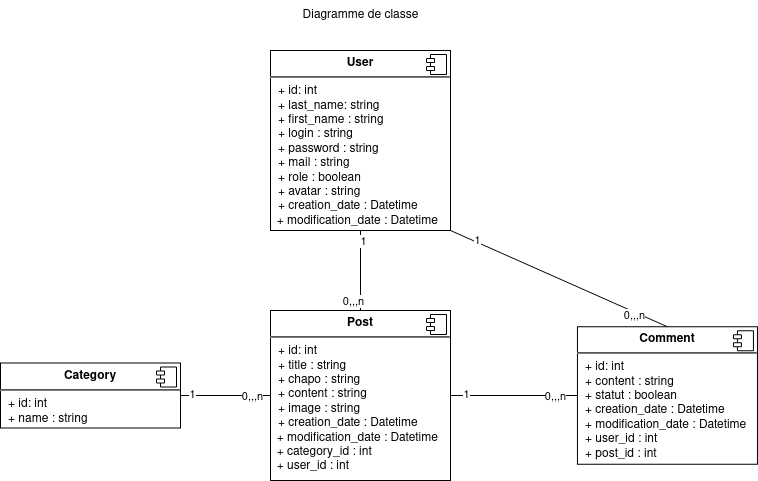
This is diagrams/Diagramme_de_classe_MyFirstBlog.drawio.png from j-lucea/MyFirstBlog, a draw.io export, as it was before one commit. Source tidied: cells renumbered, new cells last; positions are measured from the earlier drawing's top-left corner, leaving out a move shared by most shapes.
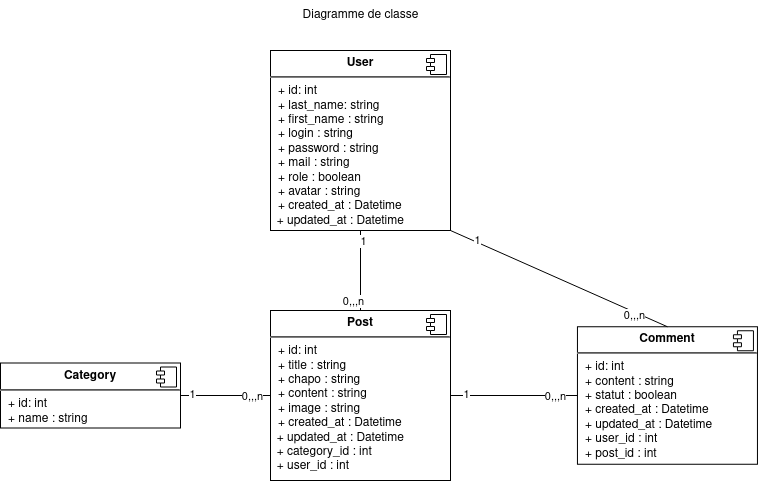
The same diagram one commit later.

The edit, as a diff of the source:
```diff
@@ -10,7 +10,7 @@
         <mxPoint x="-24" y="4" as="offset" />
       </mxGeometry>
     </mxCell>
-    <mxCell id="4" value="&lt;p style=&quot;margin:0px;margin-top:6px;text-align:center;&quot;&gt;&lt;b&gt;Post&lt;/b&gt;&lt;/p&gt;&lt;hr&gt;&lt;p style=&quot;margin:0px;margin-left:8px;&quot;&gt;+ id: int&lt;/p&gt;&lt;p style=&quot;margin:0px;margin-left:8px;&quot;&gt;+ title : string&lt;br&gt;&lt;/p&gt;&lt;p style=&quot;margin:0px;margin-left:8px;&quot;&gt;+ chapo : string&lt;br&gt;&lt;/p&gt;&lt;p style=&quot;margin:0px;margin-left:8px;&quot;&gt;+ content : string&lt;/p&gt;&lt;p style=&quot;margin:0px;margin-left:8px;&quot;&gt;+ image : string&lt;br&gt;&lt;/p&gt;&lt;p style=&quot;margin:0px;margin-left:8px;&quot;&gt;+ creation_date : Datetime&lt;/p&gt;&lt;div&gt;&amp;nbsp; + modification_date : Datetime&lt;/div&gt;&lt;div&gt;&amp;nbsp; + category_id : int&lt;/div&gt;&lt;div&gt;&amp;nbsp; + user_id : int&lt;br&gt;&lt;/div&gt;&lt;p style=&quot;margin:0px;margin-left:8px;&quot;&gt;&lt;/p&gt;&lt;p style=&quot;margin:0px;margin-left:8px;&quot;&gt;&lt;br&gt;&lt;/p&gt;" style="align=left;overflow=fill;html=1;whiteSpace=wrap;" parent="1" vertex="1">
+    <mxCell id="4" value="&lt;p style=&quot;margin:0px;margin-top:6px;text-align:center;&quot;&gt;&lt;b&gt;Post&lt;/b&gt;&lt;/p&gt;&lt;hr&gt;&lt;p style=&quot;margin:0px;margin-left:8px;&quot;&gt;+ id: int&lt;/p&gt;&lt;p style=&quot;margin:0px;margin-left:8px;&quot;&gt;+ title : string&lt;br&gt;&lt;/p&gt;&lt;p style=&quot;margin:0px;margin-left:8px;&quot;&gt;+ chapo : string&lt;br&gt;&lt;/p&gt;&lt;p style=&quot;margin:0px;margin-left:8px;&quot;&gt;+ content : string&lt;/p&gt;&lt;p style=&quot;margin:0px;margin-left:8px;&quot;&gt;+ image : string&lt;br&gt;&lt;/p&gt;&lt;p style=&quot;margin:0px;margin-left:8px;&quot;&gt;+ created_at : Datetime&lt;/p&gt;&lt;div&gt;&amp;nbsp; + updated_at : Datetime&lt;/div&gt;&lt;div&gt;&amp;nbsp; + category_id : int&lt;/div&gt;&lt;div&gt;&amp;nbsp; + user_id : int&lt;br&gt;&lt;/div&gt;&lt;p style=&quot;margin:0px;margin-left:8px;&quot;&gt;&lt;/p&gt;&lt;p style=&quot;margin:0px;margin-left:8px;&quot;&gt;&lt;br&gt;&lt;/p&gt;" style="align=left;overflow=fill;html=1;whiteSpace=wrap;" parent="1" vertex="1">
       <mxGeometry x="270" y="310" width="180" height="170" as="geometry" />
     </mxCell>
     <mxCell id="5" style="shape=component;jettyWidth=8;jettyHeight=4;" parent="4" vertex="1">
@@ -18,7 +18,7 @@
         <mxPoint x="-24" y="4" as="offset" />
       </mxGeometry>
     </mxCell>
-    <mxCell id="6" value="&lt;p style=&quot;margin:0px;margin-top:6px;text-align:center;&quot;&gt;&lt;b&gt;Comment&lt;/b&gt;&lt;br&gt;&lt;/p&gt;&lt;hr&gt;&lt;p style=&quot;margin:0px;margin-left:8px;&quot;&gt;+ id: int&lt;/p&gt;&lt;p style=&quot;margin:0px;margin-left:8px;&quot;&gt;+ content : string&lt;/p&gt;&lt;p style=&quot;margin:0px;margin-left:8px;&quot;&gt;+ statut : boolean&lt;/p&gt;&lt;p style=&quot;margin:0px;margin-left:8px;&quot;&gt;+ creation_date : Datetime&lt;/p&gt;&lt;p style=&quot;margin:0px;margin-left:8px;&quot;&gt;+ modification_date : Datetime&lt;/p&gt;&lt;p style=&quot;margin:0px;margin-left:8px;&quot;&gt;+ user_id : int&lt;/p&gt;&lt;p style=&quot;margin:0px;margin-left:8px;&quot;&gt;+ post_id : int&lt;br&gt;&lt;/p&gt;&lt;p style=&quot;margin:0px;margin-left:8px;&quot;&gt;&lt;br&gt;&lt;/p&gt;" style="align=left;overflow=fill;html=1;whiteSpace=wrap;" parent="1" vertex="1">
+    <mxCell id="6" value="&lt;p style=&quot;margin:0px;margin-top:6px;text-align:center;&quot;&gt;&lt;b&gt;Comment&lt;/b&gt;&lt;br&gt;&lt;/p&gt;&lt;hr&gt;&lt;p style=&quot;margin:0px;margin-left:8px;&quot;&gt;+ id: int&lt;/p&gt;&lt;p style=&quot;margin:0px;margin-left:8px;&quot;&gt;+ content : string&lt;/p&gt;&lt;p style=&quot;margin:0px;margin-left:8px;&quot;&gt;+ statut : boolean&lt;/p&gt;&lt;p style=&quot;margin:0px;margin-left:8px;&quot;&gt;+ created_at : Datetime&lt;/p&gt;&lt;p style=&quot;margin:0px;margin-left:8px;&quot;&gt;+ updated_at : Datetime&lt;/p&gt;&lt;p style=&quot;margin:0px;margin-left:8px;&quot;&gt;+ user_id : int&lt;/p&gt;&lt;p style=&quot;margin:0px;margin-left:8px;&quot;&gt;+ post_id : int&lt;br&gt;&lt;/p&gt;&lt;p style=&quot;margin:0px;margin-left:8px;&quot;&gt;&lt;br&gt;&lt;/p&gt;" style="align=left;overflow=fill;html=1;whiteSpace=wrap;" parent="1" vertex="1">
       <mxGeometry x="577" y="326.2" width="180" height="137.5" as="geometry" />
     </mxCell>
     <mxCell id="7" style="shape=component;jettyWidth=8;jettyHeight=4;" parent="6" vertex="1">
@@ -37,7 +37,7 @@
         <mxPoint x="-8" as="offset" />
       </mxGeometry>
     </mxCell>
-    <mxCell id="11" value="&lt;p style=&quot;margin:0px;margin-top:6px;text-align:center;&quot;&gt;&lt;b&gt;User&lt;/b&gt;&lt;br&gt;&lt;/p&gt;&lt;hr&gt;&lt;p style=&quot;margin:0px;margin-left:8px;&quot;&gt;+ id: int&lt;br&gt;+ last_name: string&lt;/p&gt;&lt;p style=&quot;margin:0px;margin-left:8px;&quot;&gt;+ first_name : string&lt;/p&gt;&lt;p style=&quot;margin:0px;margin-left:8px;&quot;&gt;+ login : string&lt;/p&gt;&lt;p style=&quot;margin:0px;margin-left:8px;&quot;&gt;+ password : string&lt;/p&gt;&lt;p style=&quot;margin:0px;margin-left:8px;&quot;&gt;+ mail : string&lt;/p&gt;&lt;p style=&quot;margin:0px;margin-left:8px;&quot;&gt;+ role : boolean&lt;/p&gt;&lt;p style=&quot;margin:0px;margin-left:8px;&quot;&gt;+ avatar : string&lt;/p&gt;&lt;p style=&quot;margin:0px;margin-left:8px;&quot;&gt;+ creation_date : Datetime&lt;/p&gt;&amp;nbsp; + modification_date : Datetime" style="align=left;overflow=fill;html=1;whiteSpace=wrap;" parent="1" vertex="1">
+    <mxCell id="11" value="&lt;p style=&quot;margin:0px;margin-top:6px;text-align:center;&quot;&gt;&lt;b&gt;User&lt;/b&gt;&lt;br&gt;&lt;/p&gt;&lt;hr&gt;&lt;p style=&quot;margin:0px;margin-left:8px;&quot;&gt;+ id: int&lt;br&gt;+ last_name: string&lt;/p&gt;&lt;p style=&quot;margin:0px;margin-left:8px;&quot;&gt;+ first_name : string&lt;/p&gt;&lt;p style=&quot;margin:0px;margin-left:8px;&quot;&gt;+ login : string&lt;/p&gt;&lt;p style=&quot;margin:0px;margin-left:8px;&quot;&gt;+ password : string&lt;/p&gt;&lt;p style=&quot;margin:0px;margin-left:8px;&quot;&gt;+ mail : string&lt;/p&gt;&lt;p style=&quot;margin:0px;margin-left:8px;&quot;&gt;+ role : boolean&lt;/p&gt;&lt;p style=&quot;margin:0px;margin-left:8px;&quot;&gt;+ avatar : string&lt;/p&gt;&lt;p style=&quot;margin:0px;margin-left:8px;&quot;&gt;+ created_at : Datetime&lt;/p&gt;&amp;nbsp; + updated_at : Datetime" style="align=left;overflow=fill;html=1;whiteSpace=wrap;" parent="1" vertex="1">
       <mxGeometry x="270" y="50" width="180" height="180" as="geometry" />
     </mxCell>
     <mxCell id="12" style="shape=component;jettyWidth=8;jettyHeight=4;" parent="11" vertex="1">
```
